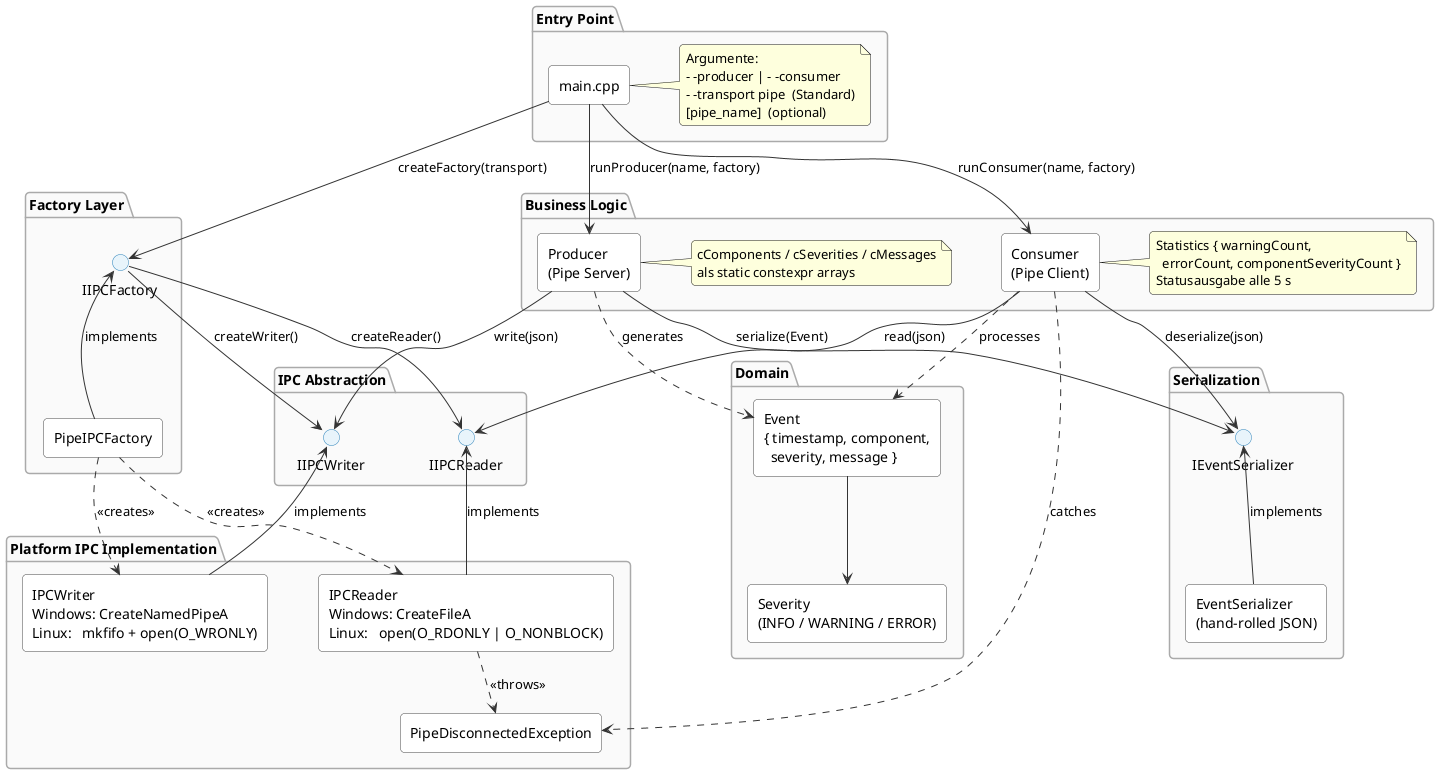
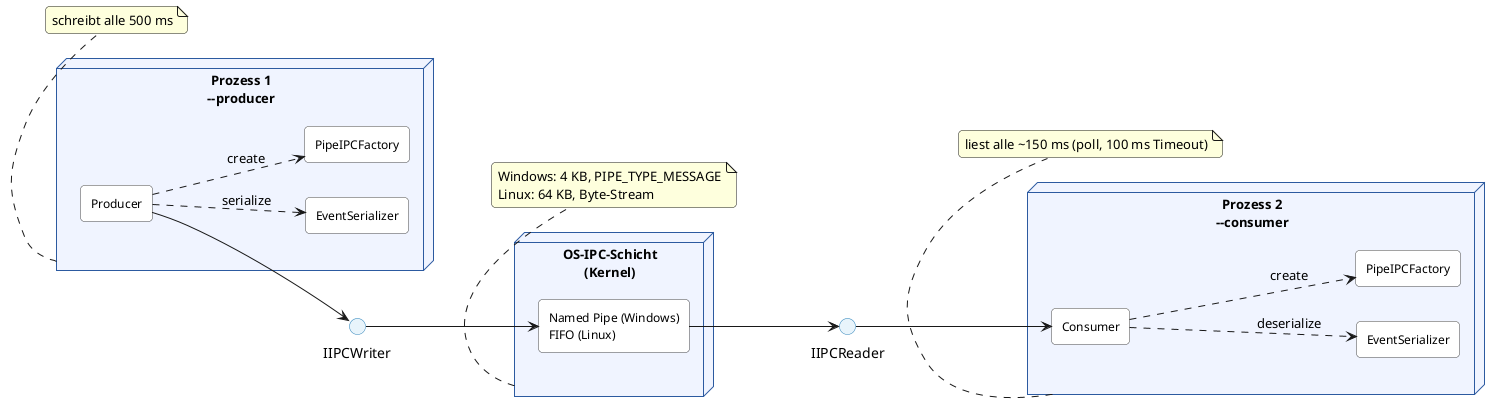
@startuml component_diagram

- top to bottom direction
- skinparam componentStyle rectangle
+ left to right direction
skinparam shadowing false
skinparam roundcorner 8
+ skinparam componentStyle rectangle

+ skinparam node {
+     BackgroundColor #f0f4ff
+     BorderColor #2c5aa0
+     FontStyle bold
+     FontSize 13
+ }
skinparam component {
    BackgroundColor white
    BorderColor #444444
-     ArrowColor #333333
- }
- skinparam package {
-     BackgroundColor #fafafa
-     BorderColor #aaaaaa
-     FontStyle bold
+     FontSize 12
}
skinparam interface {
    BackgroundColor #e8f4fb
    BorderColor #2980b9
}
- skinparam nodesep 50
- skinparam ranksep 40
+ skinparam nodesep 35
+ skinparam ranksep 65

- ' ── Entry Point ──────────────────────────────────
- package "Entry Point" {
-     component "main.cpp" as Main
-     note right of Main
-         Argumente:
-         - -producer | - -consumer
-         - -transport pipe  (Standard)
-         [pipe_name]  (optional)
-     end note
+ ' ── Schnittstellen (Lollipop) ────────────────────
+ interface "IIPCWriter" as IW
+ interface "IIPCReader" as IR
+ 
+ ' ── Prozess 1: Producer ──────────────────────────
+ node "Prozess 1\n--producer" as P1 {
+     component "Producer" as Prod
+     component "EventSerializer" as Ser1
+     component "PipeIPCFactory" as Fac1
+     Prod ..> Ser1 : serialize
+     Prod ..> Fac1 : create
}

- ' ── Factory Layer ────────────────────────────────
- package "Factory Layer" {
-     interface "IIPCFactory" as IFactory
-     component "PipeIPCFactory" as PipeFactory
-     PipeFactory -up-> IFactory : implements
+ ' ── OS-IPC-Schicht ───────────────────────────────
+ node "OS-IPC-Schicht\n(Kernel)" as IPC {
+     component "Named Pipe (Windows)\nFIFO (Linux)" as Pipe
}

- ' ── Business Logic ───────────────────────────────
- package "Business Logic" {
-     component "Producer\n(Pipe Server)" as Producer
-     component "Consumer\n(Pipe Client)" as Consumer
- 
-     note right of Producer
-         cComponents / cSeverities / cMessages
-         als static constexpr arrays
-     end note
- 
-     note right of Consumer
-         Statistics { warningCount,
-           errorCount, componentSeverityCount }
-         Statusausgabe alle 5 s
-     end note
+ ' ── Prozess 2: Consumer ──────────────────────────
+ node "Prozess 2\n--consumer" as P2 {
+     component "Consumer" as Cons
+     component "EventSerializer" as Ser2
+     component "PipeIPCFactory" as Fac2
+     Cons ..> Ser2 : deserialize
+     Cons ..> Fac2 : create
}

- ' ── IPC Abstraction ──────────────────────────────
- package "IPC Abstraction" {
-     interface "IIPCWriter" as IWriter
-     interface "IIPCReader" as IReader
- }
+ ' ── Datenfluss über Schnittstellen ───────────────
+ Prod --> IW
+ IW   --> Pipe
+ Pipe --> IR
+ IR   --> Cons

- ' ── Serialization ────────────────────────────────
- package "Serialization" {
-     interface "IEventSerializer" as ISerializer
-     component "EventSerializer\n(hand-rolled JSON)" as Serializer
-     Serializer -up-> ISerializer : implements
- }
- 
- ' ── Domain ───────────────────────────────────────
- package "Domain" {
-     component "Event\n{ timestamp, component,\n  severity, message }" as EventModel
-     component "Severity\n(INFO / WARNING / ERROR)" as Severity
-     EventModel --> Severity
- }
- 
- ' ── Platform IPC ─────────────────────────────────
- package "Platform IPC Implementation" {
-     component "IPCWriter\nWindows: CreateNamedPipeA\nLinux:   mkfifo + open(O_WRONLY)" as IPCWriter
-     component "IPCReader\nWindows: CreateFileA\nLinux:   open(O_RDONLY | O_NONBLOCK)" as IPCReader
-     component "PipeDisconnectedException" as PipeEx
- 
-     IPCWriter -up-> IWriter : implements
-     IPCReader -up-> IReader : implements
-     IPCReader ..> PipeEx    : <<throws>>
- }
- 
- ' ── Relationships ────────────────────────────────
- 
- ' main selects factory and wires everything
- Main     -down-> IFactory       : createFactory(transport)
- Main     -down-> Producer       : runProducer(name, factory)
- Main     -down-> Consumer       : runConsumer(name, factory)
- 
- ' factory creates IPC objects
- IFactory -down-> IWriter        : createWriter()
- IFactory -down-> IReader        : createReader()
- PipeFactory ..> IPCWriter       : <<creates>>
- PipeFactory ..> IPCReader       : <<creates>>
- 
- ' Producer uses IIPCWriter + IEventSerializer
- Producer -down-> IWriter        : write(json)
- Producer -down-> ISerializer    : serialize(Event)
- Producer ..> EventModel         : generates
- 
- ' Consumer uses IIPCReader + IEventSerializer
- Consumer -down-> IReader        : read(json)
- Consumer -down-> ISerializer    : deserialize(json)
- Consumer ..> EventModel         : processes
- Consumer ..> PipeEx             : catches
+ ' ── Notizen ──────────────────────────────────────
+ note bottom of P1 : schreibt alle 500 ms
+ note bottom of IPC
+     Windows: 4 KB, PIPE_TYPE_MESSAGE
+     Linux: 64 KB, Byte-Stream
+ end note
+ note bottom of P2 : liest alle ~150 ms (poll, 100 ms Timeout)

@enduml
